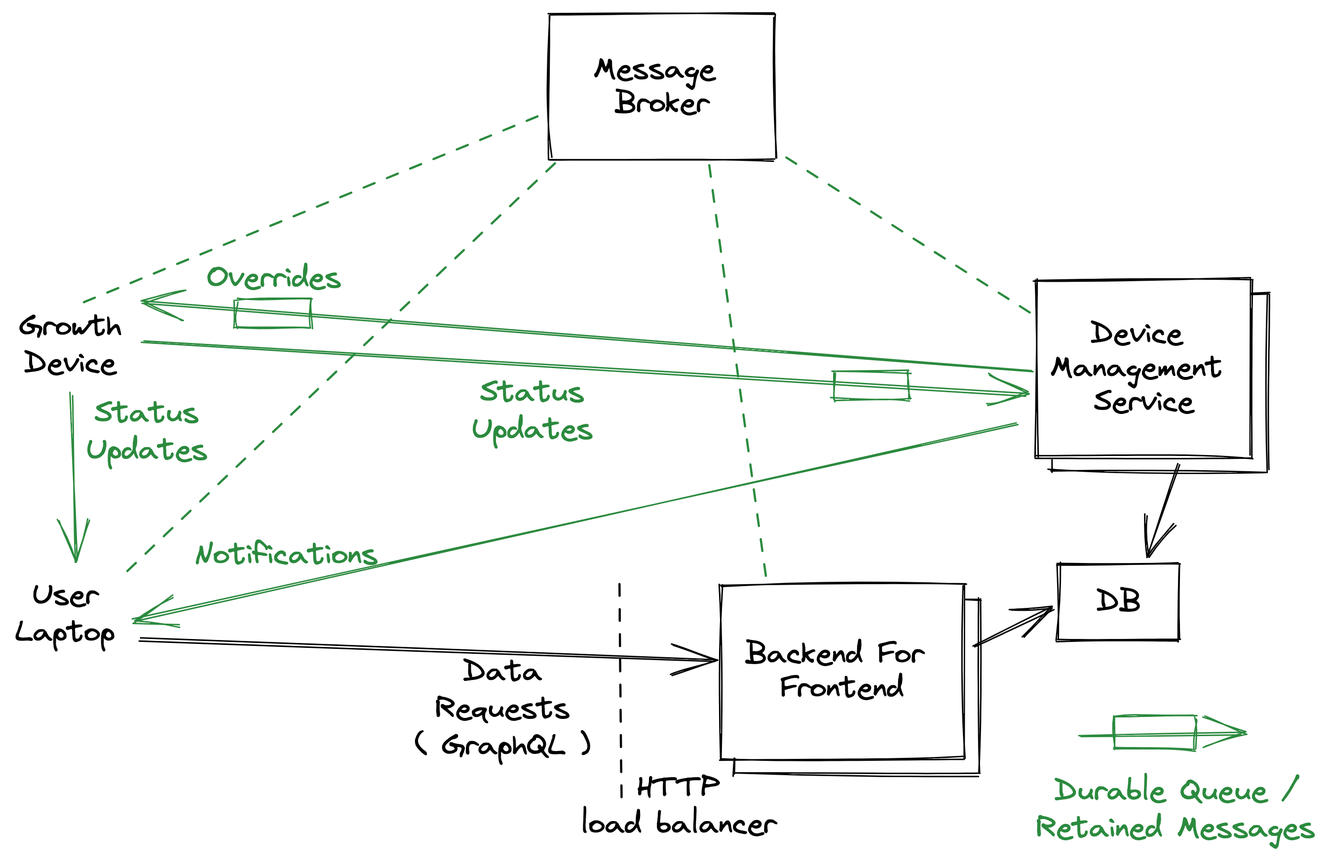
alsuren/interview-2022-10-31 keeps this Excalidraw diagram as server-mqtt-nats.excalidraw.png. Above is the earlier version. Source tidied: one line per element, renumbered; positions are measured from the earlier drawing's top-left corner, leaving out a move shared by most shapes. The source it was exported from:
```json
{"id": 0, "type": "rectangle", "strokeColor": "#000000", "backgroundColor": "#fff", "fillStyle": "solid", "strokeWidth": 1, "roughness": 1, "x": 361, "y": 0, "width": 152, "height": 97}
{"id": 1, "type": "text", "text": "Message \nBroker", "strokeColor": "#000000", "backgroundColor": "#fff", "fillStyle": "solid", "strokeWidth": 1, "roughness": 1, "fontSize": 20, "fontFamily": 1, "textAlign": "center", "verticalAlign": "middle", "inside": 0, "x": 366, "y": 25, "width": 142, "height": 46}
{"id": 2, "type": "rectangle", "strokeColor": "#000000", "backgroundColor": "#fff", "fillStyle": "solid", "strokeWidth": 1, "roughness": 1, "x": 486, "y": 395, "width": 165, "height": 118}
{"id": 3, "type": "text", "text": "Backend For \nFrontend", "strokeColor": "#000000", "strokeWidth": 1, "roughness": 1, "fontSize": 20, "fontFamily": 1, "textAlign": "center", "verticalAlign": "middle", "inside": 2, "x": 491, "y": 430, "width": 155, "height": 46}
{"id": 4, "type": "rectangle", "strokeColor": "#000000", "backgroundColor": "#fff", "fillStyle": "solid", "strokeWidth": 1, "roughness": 1, "x": 700, "y": 189, "width": 146, "height": 120}
{"id": 5, "type": "text", "text": "Device \nManagement \nService", "strokeColor": "#000000", "strokeWidth": 1, "roughness": 1, "fontSize": 20, "fontFamily": 1, "textAlign": "center", "verticalAlign": "middle", "inside": 4, "x": 705, "y": 214, "width": 136, "height": 69}
{"id": 6, "type": "arrow", "strokeColor": "#2b8a3e", "strokeWidth": 1, "roughness": 1, "endArrowhead": "arrow", "to": 7, "x": 86, "y": 221, "width": 597, "height": 36, "points": [[0, 0], [597, 36]]}
{"id": 7, "type": "rectangle", "strokeColor": "#000000", "backgroundColor": "#fff", "fillStyle": "solid", "strokeWidth": 1, "roughness": 1, "x": 690, "y": 179, "width": 146, "height": 120}
{"id": 8, "type": "text", "text": "Device \nManagement \nService", "strokeColor": "#000000", "strokeWidth": 1, "roughness": 1, "fontSize": 20, "fontFamily": 1, "textAlign": "center", "verticalAlign": "middle", "inside": 7, "x": 695, "y": 204, "width": 136, "height": 69}
{"id": 9, "type": "rectangle", "strokeColor": "#000000", "backgroundColor": "#fff", "fillStyle": "solid", "strokeWidth": 1, "roughness": 1, "x": 476, "y": 385, "width": 165, "height": 118}
{"id": 10, "type": "text", "text": "Backend For \nFrontend", "strokeColor": "#000000", "strokeWidth": 1, "roughness": 1, "fontSize": 20, "fontFamily": 1, "textAlign": "center", "verticalAlign": "middle", "inside": 9, "x": 481, "y": 420, "width": 155, "height": 46}
{"id": 11, "type": "arrow", "strokeColor": "#000000", "strokeWidth": 1, "roughness": 1, "endArrowhead": "arrow", "from": 13, "to": 9, "x": 84, "y": 422, "width": 390, "height": 15, "points": [[0, 0], [390, 15]]}
{"id": 12, "type": "text", "text": "Growth\nDevice", "strokeColor": "#000000", "strokeWidth": 1, "roughness": 1, "fontSize": 20, "fontFamily": 1, "textAlign": "center", "x": 3, "y": 198, "width": 69, "height": 50}
{"id": 13, "type": "text", "text": "User\nLaptop", "strokeColor": "#000000", "strokeWidth": 1, "roughness": 1, "fontSize": 20, "fontFamily": 1, "textAlign": "center", "x": 0, "y": 380, "width": 68, "height": 50}
{"id": 14, "type": "line", "strokeColor": "#000000", "strokeWidth": 1, "strokeStyle": "dashed", "roughness": 1, "x": 409, "y": 385, "width": 0, "height": 144, "points": [[0, 0], [0, 144]]}
{"id": 15, "type": "text", "text": "HTTP\nload balancer", "strokeColor": "#000000", "strokeWidth": 1, "strokeStyle": "dashed", "roughness": 1, "fontSize": 20, "fontFamily": 1, "textAlign": "center", "x": 382, "y": 509, "width": 133, "height": 50}
{"id": 16, "type": "rectangle", "strokeColor": "#000000", "strokeWidth": 1, "roughness": 1, "x": 705, "y": 371, "width": 82, "height": 51}
{"id": 17, "type": "text", "text": "DB", "strokeColor": "#000000", "strokeWidth": 1, "roughness": 1, "fontSize": 20, "fontFamily": 1, "textAlign": "center", "verticalAlign": "middle", "inside": 16, "x": 710, "y": 385, "width": 72, "height": 23}
{"id": 18, "type": "arrow", "strokeColor": "#000000", "strokeWidth": 1, "roughness": 1, "endArrowhead": "arrow", "from": 7, "to": 16, "x": 786, "y": 303, "width": 22, "height": 62, "points": [[0, 0], [-22, 62]]}
{"id": 19, "type": "arrow", "strokeColor": "#000000", "strokeWidth": 1, "roughness": 1, "endArrowhead": "arrow", "from": 9, "to": 16, "x": 648, "y": 426, "width": 54, "height": 24, "points": [[0, 0], [54, -24]]}
{"id": 20, "type": "text", "text": "Status\nUpdates", "strokeColor": "#2b8a3e", "strokeWidth": 1, "roughness": 1, "fontSize": 20, "fontFamily": 1, "textAlign": "center", "x": 308, "y": 243, "width": 83, "height": 50}
{"id": 21, "type": "text", "text": "Overrides", "strokeColor": "#2b8a3e", "backgroundColor": "#fff", "fillStyle": "solid", "strokeWidth": 1, "roughness": 1, "fontSize": 20, "fontFamily": 1, "textAlign": "center", "x": 129, "y": 165, "width": 92, "height": 25}
{"id": 22, "type": "text", "text": "Notifications", "strokeColor": "#2b8a3e", "backgroundColor": "#fff", "fillStyle": "solid", "strokeWidth": 1, "roughness": 1, "fontSize": 20, "fontFamily": 1, "textAlign": "center", "x": 121, "y": 352, "width": 125, "height": 25}
{"id": 23, "type": "text", "text": "Data\nRequests\n( GraphQL )", "strokeColor": "#000000", "backgroundColor": "#fff", "fillStyle": "solid", "strokeWidth": 1, "roughness": 1, "fontSize": 20, "fontFamily": 1, "textAlign": "center", "x": 269, "y": 431, "width": 120, "height": 75}
{"id": 24, "type": "arrow", "strokeColor": "#2b8a3e", "backgroundColor": "#fff", "fillStyle": "solid", "strokeWidth": 1, "roughness": 1, "endArrowhead": "arrow", "from": 7, "to": 12, "x": 687, "y": 240, "width": 602, "height": 46, "points": [[0, 0], [-602, -46]]}
{"id": 25, "type": "line", "strokeColor": "#2b8a3e", "backgroundColor": "#fff", "fillStyle": "solid", "strokeWidth": 1, "strokeStyle": "dashed", "roughness": 1, "x": 521, "y": 96, "width": 172, "height": 109, "points": [[0, 0], [172, 109]]}
{"id": 26, "type": "line", "strokeColor": "#2b8a3e", "backgroundColor": "#fff", "fillStyle": "solid", "strokeWidth": 1, "strokeStyle": "dashed", "roughness": 1, "x": 470, "y": 102, "width": 38, "height": 284, "points": [[0, 0], [38, 284]]}
{"id": 27, "type": "arrow", "strokeColor": "#2b8a3e", "backgroundColor": "#fff", "fillStyle": "solid", "strokeWidth": 1, "roughness": 1, "endArrowhead": "arrow", "from": 7, "to": 13, "x": 677, "y": 277, "width": 597, "height": 131, "points": [[0, 0], [-597, 131]]}
{"id": 28, "type": "line", "strokeColor": "#2b8a3e", "backgroundColor": "#fff", "fillStyle": "solid", "strokeWidth": 1, "strokeStyle": "dashed", "roughness": 1, "x": 366, "y": 100, "width": 290, "height": 278, "points": [[0, 0], [-290, 278]]}
{"id": 29, "type": "line", "strokeColor": "#2b8a3e", "backgroundColor": "#fff", "fillStyle": "solid", "strokeWidth": 1, "strokeStyle": "dashed", "roughness": 1, "x": 354, "y": 68, "width": 308, "height": 126, "points": [[0, 0], [-308, 126]]}
{"id": 30, "type": "arrow", "strokeColor": "#2b8a3e", "backgroundColor": "#fff", "fillStyle": "solid", "strokeWidth": 1, "roughness": 1, "endArrowhead": "arrow", "from": 12, "to": 13, "x": 38, "y": 256, "width": 5, "height": 113, "points": [[0, 0], [5, 113]]}
{"id": 31, "type": "text", "text": "Status\nUpdates", "strokeColor": "#2b8a3e", "backgroundColor": "#fff", "fillStyle": "solid", "strokeWidth": 1, "roughness": 1, "fontSize": 20, "fontFamily": 1, "textAlign": "center", "x": 48, "y": 257, "width": 83, "height": 50}
{"id": 32, "type": "rectangle", "strokeColor": "#2b8a3e", "strokeWidth": 1, "roughness": 1, "x": 553, "y": 241, "width": 51, "height": 19}
{"id": 33, "type": "rectangle", "strokeColor": "#2b8a3e", "strokeWidth": 1, "roughness": 1, "x": 149, "y": 192, "width": 51, "height": 19}
{"id": 34, "type": "arrow", "strokeColor": "#2b8a3e", "strokeWidth": 1, "roughness": 1, "endArrowhead": "arrow", "x": 720, "y": 487, "width": 109, "height": 1, "points": [[0, 0], [109, -1]]}
{"id": 35, "type": "rectangle", "strokeColor": "#2b8a3e", "strokeWidth": 1, "roughness": 1, "x": 743, "y": 474, "width": 55, "height": 22}
{"id": 36, "type": "text", "text": "Durable Queue /\nRetained Messages", "strokeColor": "#2b8a3e", "strokeWidth": 1, "roughness": 1, "fontSize": 20, "fontFamily": 1, "textAlign": "center", "x": 690, "y": 512, "width": 189, "height": 50}
```
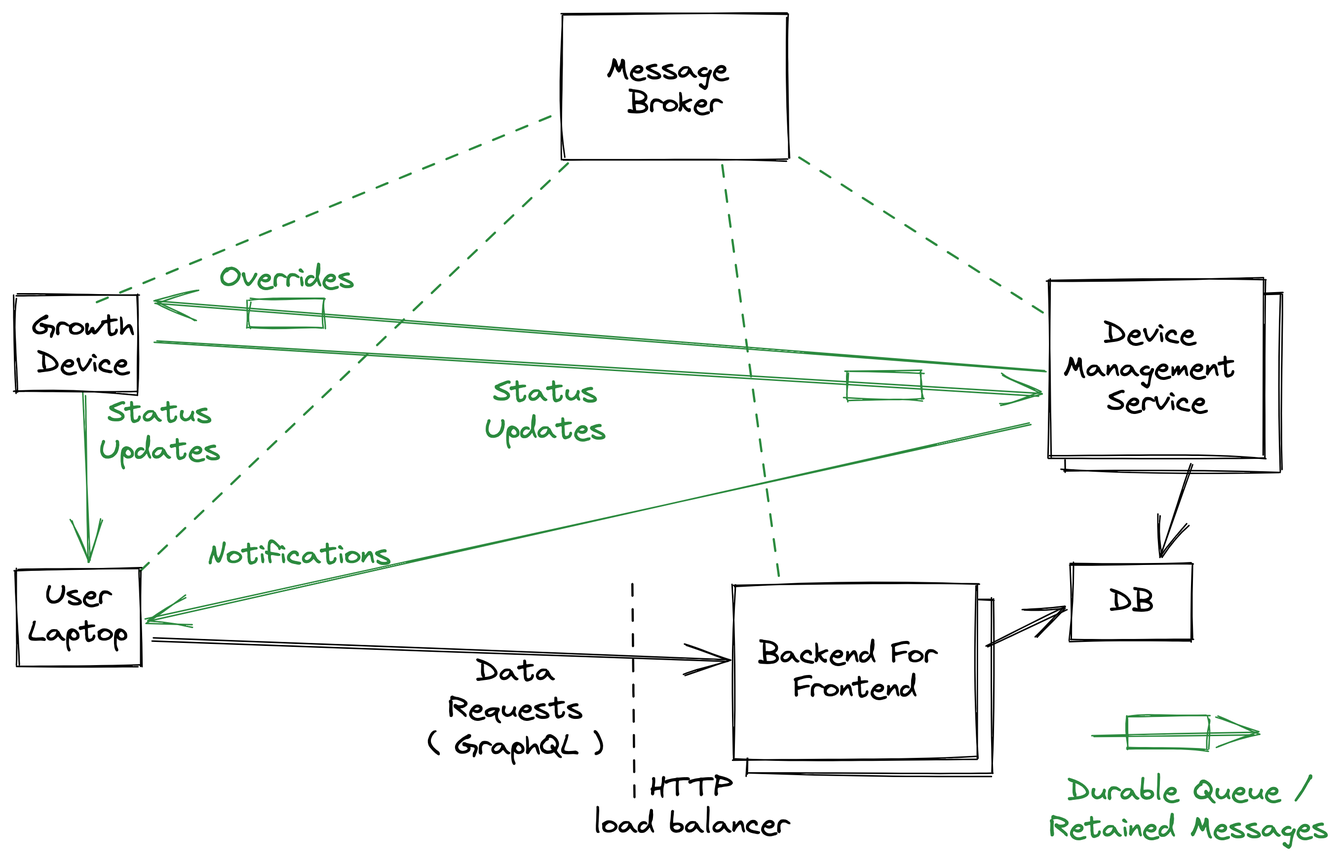
After the commit.

Change to the diagram source:
```diff
@@ -4,7 +4,7 @@
 {"id": 3, "type": "text", "text": "Backend For \nFrontend", "strokeColor": "#000000", "strokeWidth": 1, "roughness": 1, "fontSize": 20, "fontFamily": 1, "textAlign": "center", "verticalAlign": "middle", "inside": 2, "x": 491, "y": 430, "width": 155, "height": 46}
 {"id": 4, "type": "rectangle", "strokeColor": "#000000", "backgroundColor": "#fff", "fillStyle": "solid", "strokeWidth": 1, "roughness": 1, "x": 700, "y": 189, "width": 146, "height": 120}
 {"id": 5, "type": "text", "text": "Device \nManagement \nService", "strokeColor": "#000000", "strokeWidth": 1, "roughness": 1, "fontSize": 20, "fontFamily": 1, "textAlign": "center", "verticalAlign": "middle", "inside": 4, "x": 705, "y": 214, "width": 136, "height": 69}
-{"id": 6, "type": "arrow", "strokeColor": "#2b8a3e", "strokeWidth": 1, "roughness": 1, "endArrowhead": "arrow", "to": 7, "x": 86, "y": 221, "width": 597, "height": 36, "points": [[0, 0], [597, 36]]}
+{"id": 6, "type": "arrow", "strokeColor": "#2b8a3e", "strokeWidth": 1, "roughness": 1, "endArrowhead": "arrow", "from": 37, "to": 7, "x": 86, "y": 221, "width": 597, "height": 36, "points": [[0, 0], [597, 36]]}
 {"id": 7, "type": "rectangle", "strokeColor": "#000000", "backgroundColor": "#fff", "fillStyle": "solid", "strokeWidth": 1, "roughness": 1, "x": 690, "y": 179, "width": 146, "height": 120}
 {"id": 8, "type": "text", "text": "Device \nManagement \nService", "strokeColor": "#000000", "strokeWidth": 1, "roughness": 1, "fontSize": 20, "fontFamily": 1, "textAlign": "center", "verticalAlign": "middle", "inside": 7, "x": 695, "y": 204, "width": 136, "height": 69}
 {"id": 9, "type": "rectangle", "strokeColor": "#000000", "backgroundColor": "#fff", "fillStyle": "solid", "strokeWidth": 1, "roughness": 1, "x": 476, "y": 385, "width": 165, "height": 118}
@@ -35,3 +35,5 @@
 {"id": 34, "type": "arrow", "strokeColor": "#2b8a3e", "strokeWidth": 1, "roughness": 1, "endArrowhead": "arrow", "x": 720, "y": 487, "width": 109, "height": 1, "points": [[0, 0], [109, -1]]}
 {"id": 35, "type": "rectangle", "strokeColor": "#2b8a3e", "strokeWidth": 1, "roughness": 1, "x": 743, "y": 474, "width": 55, "height": 22}
 {"id": 36, "type": "text", "text": "Durable Queue /\nRetained Messages", "strokeColor": "#2b8a3e", "strokeWidth": 1, "roughness": 1, "fontSize": 20, "fontFamily": 1, "textAlign": "center", "x": 690, "y": 512, "width": 189, "height": 50}
+{"id": 37, "type": "rectangle", "strokeColor": "#000000", "strokeWidth": 1, "roughness": 1, "x": -9, "y": 190, "width": 83, "height": 65}
+{"id": 38, "type": "rectangle", "strokeColor": "#000000", "strokeWidth": 1, "roughness": 1, "x": -7, "y": 374, "width": 83, "height": 65}
```
